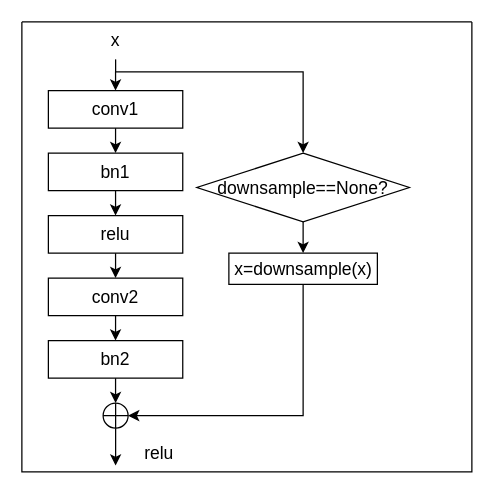
Before: thesis_resnet2.drawio in Dong-J93/_pictures, a draw.io diagram. Source tidied: cells renumbered, new cells numbered last; positions are measured from the earlier drawing's top-left corner, leaving out a move shared by most shapes. Both pictures are drawn from the tidied source at 125%, with x=0, y=0 at pixel (21, 21).
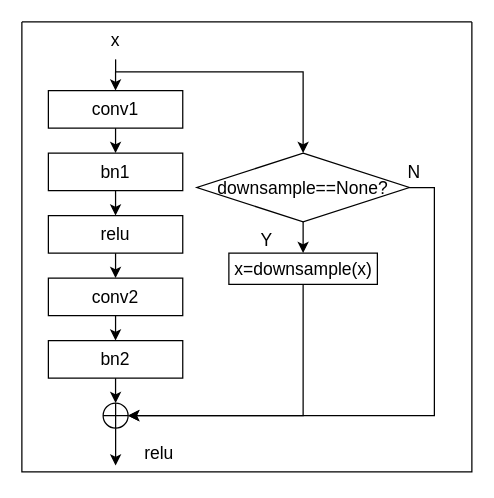
Above is the later version.

The change refers to these unchanged cells:
```xml
<mxCell id="2" style="swimlane;startSize=0;" parent="1" vertex="1">
  <mxGeometry width="360" height="360" as="geometry" />
</mxCell>
<mxCell id="15" style="ellipse;whiteSpace=wrap;html=1;" parent="2" vertex="1">
  <mxGeometry x="65" y="305" width="20" height="20" as="geometry" />
</mxCell>
<mxCell id="22" value="&lt;font style=&quot;font-size: 14px;&quot;&gt;downsample==None?&lt;/font&gt;" style="rhombus;whiteSpace=wrap;html=1;" parent="2" vertex="1">
  <mxGeometry x="140" y="105" width="170" height="55" as="geometry" />
</mxCell>
```

Change to the diagram source:
```diff
@@
+    <mxCell id="26" style="edgeStyle=orthogonalEdgeStyle;rounded=0;jettySize=auto;html=1;exitX=1;exitY=0.5;exitDx=0;exitDy=0;entryX=1;entryY=0.5;entryDx=0;entryDy=0;" parent="2" edge="1" source="22" target="15">
+      <mxGeometry relative="1" as="geometry" />
+    </mxCell>
@@
+    <mxCell id="27" value="&lt;font style=&quot;font-size: 14px;&quot;&gt;Y&lt;/font&gt;" style="text;html=1;strokeColor=none;fillColor=none;align=center;verticalAlign=middle;whiteSpace=wrap;rounded=0;" parent="2" vertex="1">
+      <mxGeometry x="165.6" y="160" width="60" height="30" as="geometry" />
+    </mxCell>
+    <mxCell id="28" value="&lt;font style=&quot;font-size: 14px;&quot;&gt;N&lt;/font&gt;" style="text;html=1;strokeColor=none;fillColor=none;align=center;verticalAlign=middle;whiteSpace=wrap;rounded=0;" parent="2" vertex="1">
+      <mxGeometry x="284.4" y="105" width="60" height="30" as="geometry" />
+    </mxCell>
```
